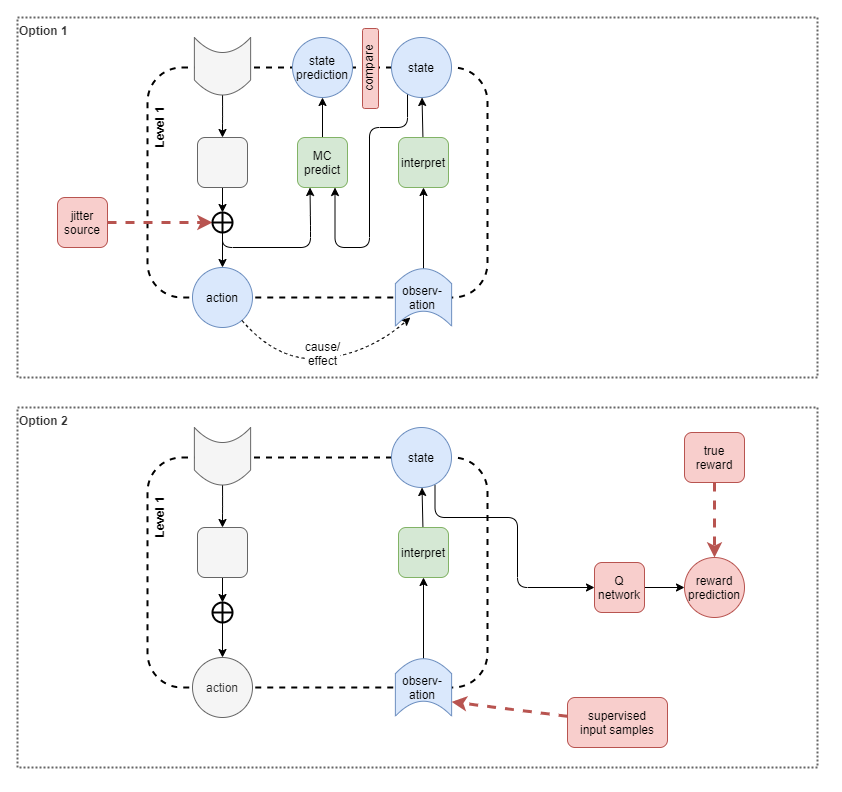
Earlier version of the draw.io export files/An-agi-architecture-v1-low-level-state-saliency.png (malcolmlett/malcolmlett.github.io). Source tidied: cells renumbered, new cells last; positions are measured from the earlier drawing's top-left corner, leaving out a move shared by most shapes. Its diagram source:
```xml
<mxGraphModel>
  <root>
    <mxCell id="0" />
    <mxCell id="1" parent="0" />
    <mxCell id="2" value="Option 1" style="rounded=0;whiteSpace=wrap;html=1;labelBackgroundColor=none;sketch=0;strokeColor=#666666;strokeWidth=2;fontSize=12;fontColor=#333333;align=left;dashed=1;dashPattern=1 1;fillColor=none;verticalAlign=top;fontStyle=1;" parent="1" vertex="1">
      <mxGeometry width="800" height="360" as="geometry" />
    </mxCell>
    <mxCell id="3" style="rounded=1;whiteSpace=wrap;html=1;fillColor=none;dashed=1;strokeWidth=2;" parent="1" vertex="1">
      <mxGeometry x="130" y="50" width="340" height="230" as="geometry" />
    </mxCell>
    <mxCell id="4" value="action" style="ellipse;whiteSpace=wrap;html=1;rounded=1;strokeWidth=1;fillColor=#dae8fc;strokeColor=#6c8ebf;" parent="1" vertex="1">
      <mxGeometry x="175" y="250" width="60" height="60" as="geometry" />
    </mxCell>
    <mxCell id="5" style="edgeStyle=orthogonalEdgeStyle;rounded=1;jettySize=auto;html=1;entryX=0.75;entryY=1;entryDx=0;entryDy=0;endArrow=classic;endFill=1;strokeWidth=1;fontSize=12;fontColor=#000000;exitX=0.267;exitY=0.936;exitDx=0;exitDy=0;exitPerimeter=0;" parent="1" edge="1" source="6" target="21">
      <mxGeometry relative="1" as="geometry">
        <Array as="points">
          <mxPoint x="390" y="110" />
          <mxPoint x="352" y="110" />
          <mxPoint x="352" y="230" />
          <mxPoint x="318" y="230" />
        </Array>
      </mxGeometry>
    </mxCell>
    <mxCell id="6" value="state" style="ellipse;whiteSpace=wrap;html=1;rounded=1;strokeWidth=1;fillColor=#dae8fc;strokeColor=#6c8ebf;" parent="1" vertex="1">
      <mxGeometry x="374" y="20" width="60" height="60" as="geometry" />
    </mxCell>
    <mxCell id="7" style="edgeStyle=none;rounded=0;jettySize=auto;html=1;" parent="1" edge="1" source="15" target="4">
      <mxGeometry x="-0.14" relative="1" as="geometry" />
    </mxCell>
    <mxCell id="8" style="edgeStyle=none;rounded=0;jettySize=auto;html=1;dashed=1;strokeWidth=3;fillColor=#f8cecc;strokeColor=#b85450;entryX=0;entryY=0.5;entryDx=0;entryDy=0;" parent="1" edge="1" source="9" target="15">
      <mxGeometry relative="1" as="geometry" />
    </mxCell>
    <mxCell id="9" value="jitter&lt;br&gt;source" style="rounded=1;whiteSpace=wrap;html=1;fillColor=#f8cecc;strokeColor=#b85450;" parent="1" vertex="1">
      <mxGeometry x="40" y="180" width="50" height="50" as="geometry" />
    </mxCell>
    <mxCell id="10" style="edgeStyle=none;rounded=0;jettySize=auto;html=1;" parent="1" edge="1" source="11" target="6">
      <mxGeometry relative="1" as="geometry" />
    </mxCell>
    <mxCell id="11" value="interpret" style="rounded=1;whiteSpace=wrap;html=1;fillColor=#d5e8d4;strokeColor=#82b366;" parent="1" vertex="1">
      <mxGeometry x="381" y="120" width="50" height="50" as="geometry" />
    </mxCell>
    <mxCell id="12" style="edgeStyle=none;rounded=0;jettySize=auto;html=1;" parent="1" edge="1" source="18" target="11">
      <mxGeometry relative="1" as="geometry" />
    </mxCell>
    <mxCell id="13" value="Level 1" style="text;html=1;strokeColor=none;fillColor=none;align=center;verticalAlign=middle;whiteSpace=wrap;rounded=0;sketch=1;rotation=-90;fontStyle=1;" parent="1" vertex="1">
      <mxGeometry x="106.9" y="100" width="70" height="20" as="geometry" />
    </mxCell>
    <mxCell id="14" style="edgeStyle=orthogonalEdgeStyle;rounded=1;jettySize=auto;html=1;endArrow=classic;endFill=1;strokeWidth=1;fontSize=12;fontColor=#000000;entryX=0.25;entryY=1;entryDx=0;entryDy=0;" parent="1" edge="1" source="15" target="21">
      <mxGeometry relative="1" as="geometry">
        <Array as="points">
          <mxPoint x="205" y="230" />
          <mxPoint x="293" y="230" />
          <mxPoint x="293" y="208" />
          <mxPoint x="293" y="208" />
        </Array>
      </mxGeometry>
    </mxCell>
    <mxCell id="15" style="shape=orEllipse;perimeter=ellipsePerimeter;whiteSpace=wrap;html=1;backgroundOutline=1;rounded=0;labelBackgroundColor=none;sketch=0;strokeColor=#000000;strokeWidth=2;fillColor=none;gradientColor=none;fontSize=12;fontColor=#000000;align=center;" parent="1" vertex="1">
      <mxGeometry x="195" y="195" width="20" height="20" as="geometry" />
    </mxCell>
    <mxCell id="16" style="endArrow=classic;dashed=1;html=1;curved=1;endFill=1;entryX=0.25;entryY=1;entryDx=0;entryDy=0;" parent="1" edge="1" source="4" target="19">
      <mxGeometry relative="1" as="geometry">
        <Array as="points">
          <mxPoint x="261.2" y="345.9" />
          <mxPoint x="351.2" y="335.9" />
        </Array>
      </mxGeometry>
    </mxCell>
    <mxCell id="17" value="cause/&lt;br style=&quot;font-size: 12px;&quot;&gt;effect" style="edgeLabel;html=1;align=center;verticalAlign=middle;fontSize=12;" parent="16" vertex="1">
      <mxGeometry x="-0.41" y="13" relative="1" as="geometry">
        <mxPoint x="41.3" y="2.9" as="offset" />
      </mxGeometry>
    </mxCell>
    <mxCell id="18" style="shape=dataStorage;whiteSpace=wrap;html=1;fixedSize=1;rounded=1;strokeWidth=1;fillColor=#dae8fc;strokeColor=#6c8ebf;rotation=90;size=15;horizontal=1;" parent="1" vertex="1">
      <mxGeometry x="377.2" y="251.9" width="57.5" height="56.2" as="geometry" />
    </mxCell>
    <mxCell id="19" value="observ-&lt;br&gt;ation" style="text;html=1;strokeColor=none;fillColor=none;align=center;verticalAlign=middle;whiteSpace=wrap;rounded=0;sketch=1;rotation=0;" parent="1" vertex="1">
      <mxGeometry x="380.4" y="260" width="50" height="40" as="geometry" />
    </mxCell>
    <mxCell id="20" style="edgeStyle=orthogonalEdgeStyle;rounded=1;jettySize=auto;html=1;endArrow=classic;endFill=1;strokeWidth=1;fontSize=12;fontColor=#000000;" parent="1" edge="1" source="21" target="22">
      <mxGeometry relative="1" as="geometry" />
    </mxCell>
    <mxCell id="21" value="MC&lt;br&gt;predict" style="rounded=1;whiteSpace=wrap;html=1;fillColor=#d5e8d4;strokeColor=#82b366;" parent="1" vertex="1">
      <mxGeometry x="280" y="120" width="50" height="50" as="geometry" />
    </mxCell>
    <mxCell id="22" value="state&lt;br&gt;prediction" style="ellipse;whiteSpace=wrap;html=1;rounded=1;strokeWidth=1;fillColor=#dae8fc;strokeColor=#6c8ebf;" parent="1" vertex="1">
      <mxGeometry x="275" y="20" width="60" height="60" as="geometry" />
    </mxCell>
    <mxCell id="23" style="edgeStyle=orthogonalEdgeStyle;rounded=1;jettySize=auto;html=1;entryX=0.5;entryY=0;entryDx=0;entryDy=0;endArrow=classic;endFill=1;strokeWidth=1;fontSize=12;fontColor=#000000;" parent="1" edge="1" source="24" target="15">
      <mxGeometry relative="1" as="geometry" />
    </mxCell>
    <mxCell id="24" style="rounded=1;whiteSpace=wrap;html=1;fillColor=#f5f5f5;strokeColor=#666666;fontColor=#333333;" parent="1" vertex="1">
      <mxGeometry x="180" y="120" width="50" height="50" as="geometry" />
    </mxCell>
    <mxCell id="25" style="edgeStyle=orthogonalEdgeStyle;rounded=1;jettySize=auto;html=1;endArrow=classic;endFill=1;strokeWidth=1;fontSize=12;fontColor=#000000;" parent="1" edge="1" source="26" target="24">
      <mxGeometry relative="1" as="geometry" />
    </mxCell>
    <mxCell id="26" style="shape=dataStorage;whiteSpace=wrap;html=1;fixedSize=1;rounded=1;strokeWidth=1;fillColor=#f5f5f5;strokeColor=#666666;rotation=-90;size=15;horizontal=1;fontColor=#333333;" parent="1" vertex="1">
      <mxGeometry x="176.2" y="20.6" width="57.5" height="56.2" as="geometry" />
    </mxCell>
    <mxCell id="27" value="compare" style="rounded=1;whiteSpace=wrap;html=1;fillColor=#f8cecc;strokeColor=#b85450;horizontal=0;verticalAlign=bottom;" parent="1" vertex="1">
      <mxGeometry x="345" y="11" width="16" height="80" as="geometry" />
    </mxCell>
    <mxCell id="28" value="Option 2" style="rounded=0;whiteSpace=wrap;html=1;labelBackgroundColor=none;sketch=0;strokeColor=#666666;strokeWidth=2;fontSize=12;fontColor=#333333;align=left;dashed=1;dashPattern=1 1;fillColor=none;verticalAlign=top;fontStyle=1;" parent="1" vertex="1">
      <mxGeometry y="390" width="800" height="360" as="geometry" />
    </mxCell>
    <mxCell id="29" style="rounded=1;whiteSpace=wrap;html=1;fillColor=none;dashed=1;strokeWidth=2;" parent="1" vertex="1">
      <mxGeometry x="130" y="440" width="340" height="230" as="geometry" />
    </mxCell>
    <mxCell id="30" value="action" style="ellipse;whiteSpace=wrap;html=1;rounded=1;strokeWidth=1;fillColor=#f5f5f5;strokeColor=#666666;fontColor=#333333;" parent="1" vertex="1">
      <mxGeometry x="175" y="640" width="60" height="60" as="geometry" />
    </mxCell>
    <mxCell id="31" style="edgeStyle=orthogonalEdgeStyle;rounded=1;jettySize=auto;html=1;entryX=0;entryY=0.5;entryDx=0;entryDy=0;endArrow=classic;endFill=1;strokeWidth=1;fontSize=12;fontColor=#000000;exitX=0.725;exitY=0.955;exitDx=0;exitDy=0;exitPerimeter=0;" parent="1" edge="1" source="32" target="48">
      <mxGeometry relative="1" as="geometry">
        <Array as="points">
          <mxPoint x="418" y="500" />
          <mxPoint x="500" y="500" />
          <mxPoint x="500" y="570" />
        </Array>
      </mxGeometry>
    </mxCell>
    <mxCell id="32" value="state" style="ellipse;whiteSpace=wrap;html=1;rounded=1;strokeWidth=1;fillColor=#dae8fc;strokeColor=#6c8ebf;" parent="1" vertex="1">
      <mxGeometry x="374" y="410" width="60" height="60" as="geometry" />
    </mxCell>
    <mxCell id="33" style="edgeStyle=none;rounded=0;jettySize=auto;html=1;" parent="1" edge="1" source="38" target="30">
      <mxGeometry x="-0.14" relative="1" as="geometry" />
    </mxCell>
    <mxCell id="34" style="edgeStyle=none;rounded=0;jettySize=auto;html=1;" parent="1" edge="1" source="35" target="32">
      <mxGeometry relative="1" as="geometry" />
    </mxCell>
    <mxCell id="35" value="interpret" style="rounded=1;whiteSpace=wrap;html=1;fillColor=#d5e8d4;strokeColor=#82b366;" parent="1" vertex="1">
      <mxGeometry x="381" y="510" width="50" height="50" as="geometry" />
    </mxCell>
    <mxCell id="36" style="edgeStyle=none;rounded=0;jettySize=auto;html=1;" parent="1" edge="1" source="39" target="35">
      <mxGeometry relative="1" as="geometry" />
    </mxCell>
    <mxCell id="37" value="Level 1" style="text;html=1;strokeColor=none;fillColor=none;align=center;verticalAlign=middle;whiteSpace=wrap;rounded=0;sketch=1;rotation=-90;fontStyle=1;" parent="1" vertex="1">
      <mxGeometry x="106.9" y="490" width="70" height="20" as="geometry" />
    </mxCell>
    <mxCell id="38" style="shape=orEllipse;perimeter=ellipsePerimeter;whiteSpace=wrap;html=1;backgroundOutline=1;rounded=0;labelBackgroundColor=none;sketch=0;strokeColor=#000000;strokeWidth=2;fillColor=none;gradientColor=none;fontSize=12;fontColor=#000000;align=center;" parent="1" vertex="1">
      <mxGeometry x="195" y="585" width="20" height="20" as="geometry" />
    </mxCell>
    <mxCell id="39" style="shape=dataStorage;whiteSpace=wrap;html=1;fixedSize=1;rounded=1;strokeWidth=1;fillColor=#dae8fc;strokeColor=#6c8ebf;rotation=90;size=15;horizontal=1;" parent="1" vertex="1">
      <mxGeometry x="377.2" y="641.9" width="57.5" height="56.2" as="geometry" />
    </mxCell>
    <mxCell id="40" value="observ-&lt;br&gt;ation" style="text;html=1;strokeColor=none;fillColor=none;align=center;verticalAlign=middle;whiteSpace=wrap;rounded=0;sketch=1;rotation=0;" parent="1" vertex="1">
      <mxGeometry x="380.4" y="650" width="50" height="40" as="geometry" />
    </mxCell>
    <mxCell id="41" style="edgeStyle=orthogonalEdgeStyle;rounded=1;jettySize=auto;html=1;entryX=0.5;entryY=0;entryDx=0;entryDy=0;endArrow=classic;endFill=1;strokeWidth=1;fontSize=12;fontColor=#000000;" parent="1" edge="1" source="42" target="38">
      <mxGeometry relative="1" as="geometry" />
    </mxCell>
    <mxCell id="42" style="rounded=1;whiteSpace=wrap;html=1;fillColor=#f5f5f5;strokeColor=#666666;fontColor=#333333;" parent="1" vertex="1">
      <mxGeometry x="180" y="510" width="50" height="50" as="geometry" />
    </mxCell>
    <mxCell id="43" style="edgeStyle=orthogonalEdgeStyle;rounded=1;jettySize=auto;html=1;endArrow=classic;endFill=1;strokeWidth=1;fontSize=12;fontColor=#000000;" parent="1" edge="1" source="44" target="42">
      <mxGeometry relative="1" as="geometry" />
    </mxCell>
    <mxCell id="44" style="shape=dataStorage;whiteSpace=wrap;html=1;fixedSize=1;rounded=1;strokeWidth=1;fillColor=#f5f5f5;strokeColor=#666666;rotation=-90;size=15;horizontal=1;fontColor=#333333;" parent="1" vertex="1">
      <mxGeometry x="176.2" y="410.6" width="57.5" height="56.2" as="geometry" />
    </mxCell>
    <mxCell id="45" style="edgeStyle=orthogonalEdgeStyle;rounded=1;jettySize=auto;html=1;entryX=0.5;entryY=0;entryDx=0;entryDy=0;endArrow=classic;strokeWidth=3;fontSize=11;fontColor=#000000;exitX=0.5;exitY=1;exitDx=0;exitDy=0;dashed=1;strokeColor=#b85450;fillColor=#f8cecc;" parent="1" edge="1" source="46" target="49">
      <mxGeometry relative="1" as="geometry" />
    </mxCell>
    <mxCell id="46" value="true&lt;br&gt;reward" style="rounded=1;whiteSpace=wrap;html=1;fillColor=#f8cecc;strokeColor=#b85450;" parent="1" vertex="1">
      <mxGeometry x="667" y="415" width="60" height="50" as="geometry" />
    </mxCell>
    <mxCell id="47" style="edgeStyle=orthogonalEdgeStyle;rounded=1;jettySize=auto;html=1;endArrow=classic;endFill=1;strokeWidth=1;fontSize=12;fontColor=#000000;" parent="1" edge="1" source="48" target="49">
      <mxGeometry relative="1" as="geometry" />
    </mxCell>
    <mxCell id="48" value="Q&lt;br&gt;network" style="rounded=1;whiteSpace=wrap;html=1;fillColor=#f8cecc;strokeColor=#b85450;" parent="1" vertex="1">
      <mxGeometry x="577" y="545" width="50" height="50" as="geometry" />
    </mxCell>
    <mxCell id="49" value="reward&lt;br&gt;prediction" style="ellipse;whiteSpace=wrap;html=1;rounded=1;strokeWidth=1;fillColor=#f8cecc;strokeColor=#b85450;" parent="1" vertex="1">
      <mxGeometry x="667" y="540" width="60" height="60" as="geometry" />
    </mxCell>
    <mxCell id="50" style="rounded=0;jettySize=auto;html=1;entryX=0.75;entryY=0;entryDx=0;entryDy=0;endArrow=classic;strokeWidth=3;fontSize=11;fontColor=#000000;dashed=1;strokeColor=#b85450;fillColor=#f8cecc;" parent="1" edge="1" source="51" target="39">
      <mxGeometry relative="1" as="geometry" />
    </mxCell>
    <mxCell id="51" value="supervised&lt;br&gt;input samples" style="rounded=1;whiteSpace=wrap;html=1;fillColor=#f8cecc;strokeColor=#b85450;" parent="1" vertex="1">
      <mxGeometry x="550" y="680" width="100" height="50" as="geometry" />
    </mxCell>
  </root>
</mxGraphModel>
```
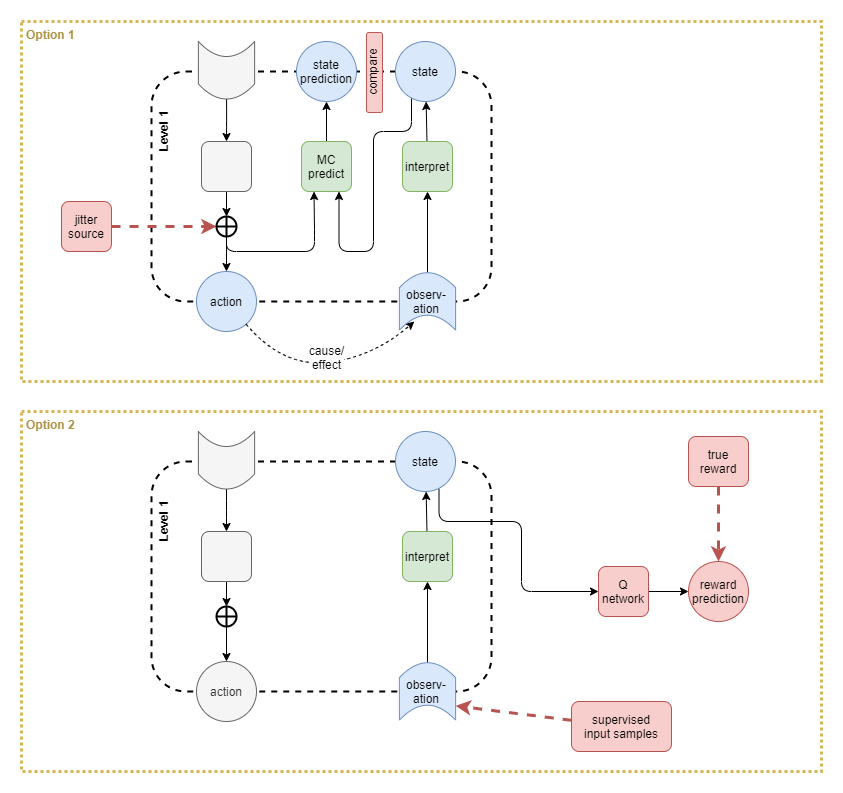
The same file after the commit.

Commit message:
Notes on training approach and measuring success

Diff of the diagram source:
```diff
@@ -2,7 +2,7 @@
   <root>
     <mxCell id="0" />
     <mxCell id="1" parent="0" />
-    <mxCell id="2" value="Option 1" style="rounded=0;whiteSpace=wrap;html=1;labelBackgroundColor=none;sketch=0;strokeColor=#666666;strokeWidth=2;fontSize=12;fontColor=#333333;align=left;dashed=1;dashPattern=1 1;fillColor=none;verticalAlign=top;fontStyle=1;" parent="1" vertex="1">
+    <mxCell id="2" value="Option 1" style="rounded=0;whiteSpace=wrap;html=1;labelBackgroundColor=none;strokeColor=#d6b656;strokeWidth=3;fontSize=12;fontColor=#AD9346;align=left;dashed=1;dashPattern=1 1;fillColor=none;verticalAlign=top;fontStyle=1;spacing=2;spacingLeft=3;" parent="1" vertex="1">
       <mxGeometry width="800" height="360" as="geometry" />
     </mxCell>
     <mxCell id="3" style="rounded=1;whiteSpace=wrap;html=1;fillColor=none;dashed=1;strokeWidth=2;" parent="1" vertex="1">
@@ -101,7 +101,7 @@
     <mxCell id="27" value="compare" style="rounded=1;whiteSpace=wrap;html=1;fillColor=#f8cecc;strokeColor=#b85450;horizontal=0;verticalAlign=bottom;" parent="1" vertex="1">
       <mxGeometry x="345" y="11" width="16" height="80" as="geometry" />
     </mxCell>
-    <mxCell id="28" value="Option 2" style="rounded=0;whiteSpace=wrap;html=1;labelBackgroundColor=none;sketch=0;strokeColor=#666666;strokeWidth=2;fontSize=12;fontColor=#333333;align=left;dashed=1;dashPattern=1 1;fillColor=none;verticalAlign=top;fontStyle=1;" parent="1" vertex="1">
+    <mxCell id="28" value="Option 2" style="rounded=0;whiteSpace=wrap;html=1;labelBackgroundColor=none;strokeColor=#d6b656;strokeWidth=3;fontSize=12;fontColor=#AD9346;align=left;dashed=1;dashPattern=1 1;fillColor=none;verticalAlign=top;fontStyle=1;spacing=2;spacingLeft=3;" parent="1" vertex="1">
       <mxGeometry y="390" width="800" height="360" as="geometry" />
     </mxCell>
     <mxCell id="29" style="rounded=1;whiteSpace=wrap;html=1;fillColor=none;dashed=1;strokeWidth=2;" parent="1" vertex="1">
```
